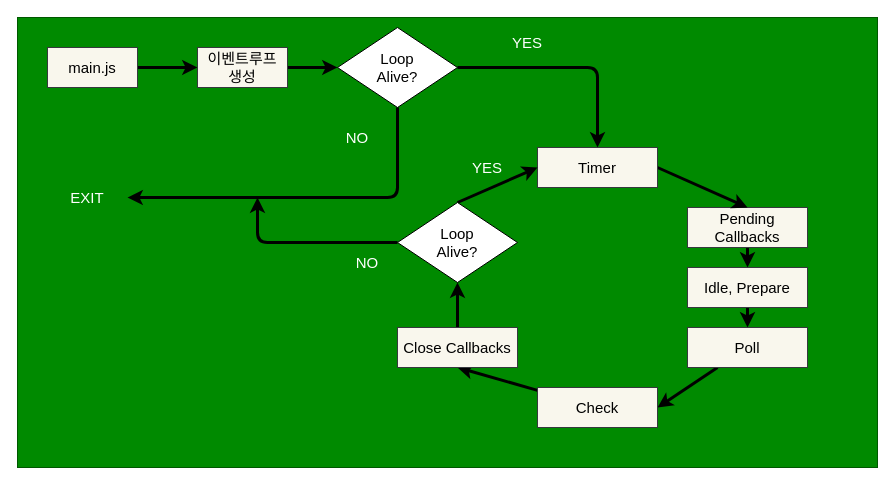
Before: docs/eventloop/eventloop.drawio in leewoooo/blog-code, a draw.io diagram. Source tidied: cells renumbered, new cells numbered last; positions are measured from the earlier drawing's top-left corner, leaving out a move shared by most shapes. Both pictures are drawn from the tidied source at 100%, with x=0, y=0 at pixel (17, 17).
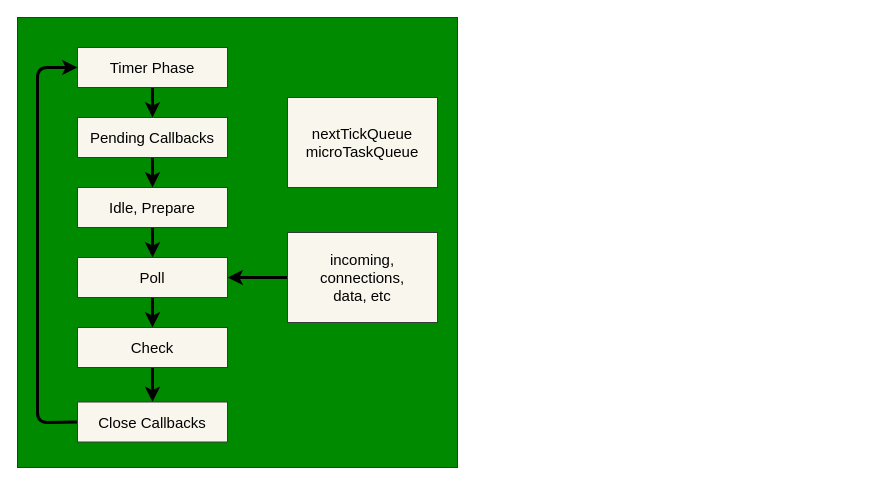
Above is the later version.

The edit, as a diff of the source:
```diff
@@
-    <mxCell id="2" style="rounded=0;whiteSpace=wrap;html=1;fillColor=#008a00;fontColor=#ffffff;strokeColor=#005700;" parent="1" vertex="1">
-      <mxGeometry width="860" height="450" as="geometry" />
-    </mxCell>
-    <mxCell id="3" style="edgeStyle=none;html=1;entryX=0;entryY=0.5;entryDx=0;entryDy=0;fontSize=15;fontColor=#000000;strokeWidth=3;" parent="1" edge="1" source="4" target="6">
-      <mxGeometry relative="1" as="geometry" />
-    </mxCell>
-    <mxCell id="4" value="&lt;font color=&quot;#000000&quot;&gt;&lt;span style=&quot;font-size: 15px&quot;&gt;main.js&lt;/span&gt;&lt;/font&gt;" style="rounded=0;whiteSpace=wrap;html=1;fillColor=#f9f7ed;strokeColor=#36393d;" parent="1" vertex="1">
-      <mxGeometry x="30" y="30" width="90" height="40" as="geometry" />
-    </mxCell>
-    <mxCell id="5" style="edgeStyle=none;html=1;entryX=0;entryY=0.5;entryDx=0;entryDy=0;fontSize=15;fontColor=#000000;strokeWidth=3;" parent="1" edge="1" source="6" target="8">
-      <mxGeometry relative="1" as="geometry" />
-    </mxCell>
-    <mxCell id="6" value="&lt;font color=&quot;#000000&quot;&gt;&lt;span style=&quot;font-size: 15px&quot;&gt;이벤트루프&lt;br&gt;생성&lt;br&gt;&lt;/span&gt;&lt;/font&gt;" style="rounded=0;whiteSpace=wrap;html=1;fillColor=#f9f7ed;strokeColor=#36393d;" parent="1" vertex="1">
-      <mxGeometry x="180" y="30" width="90" height="40" as="geometry" />
-    </mxCell>
-    <mxCell id="7" style="edgeStyle=none;html=1;entryX=0.5;entryY=0;entryDx=0;entryDy=0;fontSize=15;fontColor=#000000;strokeWidth=3;" parent="1" edge="1" source="8" target="18">
-      <mxGeometry relative="1" as="geometry">
-        <Array as="points">
-          <mxPoint x="580" y="50" />
-        </Array>
-      </mxGeometry>
-    </mxCell>
-    <mxCell id="8" value="Loop&lt;br&gt;Alive?" style="rhombus;whiteSpace=wrap;html=1;fontSize=15;fontColor=#000000;fillColor=#FFFFFF;" parent="1" vertex="1">
-      <mxGeometry x="320" y="10" width="120" height="80" as="geometry" />
-    </mxCell>
+    <mxCell id="30" style="rounded=0;whiteSpace=wrap;html=1;fillColor=#008a00;fontColor=#ffffff;strokeColor=#005700;" parent="1" vertex="1">
+      <mxGeometry width="440" height="450" as="geometry" />
+    </mxCell>
+    <mxCell id="31" style="edgeStyle=none;html=1;entryX=0.5;entryY=0;entryDx=0;entryDy=0;fontSize=15;fontColor=#000000;strokeWidth=3;" parent="1" edge="1" source="32" target="10">
+      <mxGeometry relative="1" as="geometry" />
+    </mxCell>
+    <mxCell id="32" value="&lt;font color=&quot;#000000&quot; style=&quot;font-size: 15px&quot;&gt;Timer Phase&lt;/font&gt;" style="rounded=0;whiteSpace=wrap;html=1;fillColor=#f9f7ed;strokeColor=#36393d;" parent="1" vertex="1">
+      <mxGeometry x="60" y="30" width="150" height="40" as="geometry" />
+    </mxCell>
@@
-    <mxCell id="10" value="&lt;font color=&quot;#000000&quot;&gt;&lt;span style=&quot;font-size: 15px&quot;&gt;Pending Callbacks&lt;br&gt;&lt;/span&gt;&lt;/font&gt;" style="rounded=0;whiteSpace=wrap;html=1;fillColor=#f9f7ed;strokeColor=#36393d;" parent="1" vertex="1">
-      <mxGeometry x="670" y="190" width="120" height="40" as="geometry" />
+    <mxCell id="10" value="&lt;font color=&quot;#000000&quot;&gt;&lt;span style=&quot;font-size: 15px&quot;&gt;Pending Callbacks&lt;/span&gt;&lt;/font&gt;" style="rounded=0;whiteSpace=wrap;html=1;fillColor=#f9f7ed;strokeColor=#36393d;" parent="1" vertex="1">
+      <mxGeometry x="60" y="100" width="150" height="40" as="geometry" />
     </mxCell>
@@
-    <mxCell id="12" value="&lt;font color=&quot;#000000&quot;&gt;&lt;span style=&quot;font-size: 15px&quot;&gt;Idle, Prepare&lt;br&gt;&lt;/span&gt;&lt;/font&gt;" style="rounded=0;whiteSpace=wrap;html=1;fillColor=#f9f7ed;strokeColor=#36393d;" parent="1" vertex="1">
-      <mxGeometry x="670" y="250" width="120" height="40" as="geometry" />
+    <mxCell id="12" value="&lt;font color=&quot;#000000&quot; style=&quot;font-size: 15px&quot;&gt;Idle, Prepare&lt;/font&gt;" style="rounded=0;whiteSpace=wrap;html=1;fillColor=#f9f7ed;strokeColor=#36393d;" parent="1" vertex="1">
+      <mxGeometry x="60" y="170" width="150" height="40" as="geometry" />
     </mxCell>
-    <mxCell id="13" style="edgeStyle=none;html=1;entryX=1;entryY=0.5;entryDx=0;entryDy=0;fontSize=15;fontColor=#000000;strokeWidth=3;" parent="1" edge="1" source="14" target="16">
+    <mxCell id="13" style="edgeStyle=none;html=1;fontSize=15;fontColor=#000000;strokeWidth=3;" parent="1" edge="1" source="14" target="16">
       <mxGeometry relative="1" as="geometry" />
     </mxCell>
-    <mxCell id="14" value="&lt;font color=&quot;#000000&quot;&gt;&lt;span style=&quot;font-size: 15px&quot;&gt;Poll&lt;br&gt;&lt;/span&gt;&lt;/font&gt;" style="rounded=0;whiteSpace=wrap;html=1;fillColor=#f9f7ed;strokeColor=#36393d;" parent="1" vertex="1">
-      <mxGeometry x="670" y="310" width="120" height="40" as="geometry" />
+    <mxCell id="14" value="&lt;font color=&quot;#000000&quot; style=&quot;font-size: 15px&quot;&gt;Poll&lt;/font&gt;" style="rounded=0;whiteSpace=wrap;html=1;fillColor=#f9f7ed;strokeColor=#36393d;" parent="1" vertex="1">
+      <mxGeometry x="60" y="240" width="150" height="40" as="geometry" />
     </mxCell>
-    <mxCell id="15" style="edgeStyle=none;html=1;entryX=0.5;entryY=1;entryDx=0;entryDy=0;fontSize=15;fontColor=#000000;strokeWidth=3;" parent="1" edge="1" source="16" target="20">
+    <mxCell id="15" style="edgeStyle=none;html=1;entryX=0.5;entryY=0;entryDx=0;entryDy=0;fontSize=15;fontColor=#000000;strokeWidth=3;" parent="1" edge="1" source="16" target="20">
       <mxGeometry relative="1" as="geometry" />
     </mxCell>
-    <mxCell id="16" value="&lt;font color=&quot;#000000&quot;&gt;&lt;span style=&quot;font-size: 15px&quot;&gt;Check&lt;br&gt;&lt;/span&gt;&lt;/font&gt;" style="rounded=0;whiteSpace=wrap;html=1;fillColor=#f9f7ed;strokeColor=#36393d;" parent="1" vertex="1">
-      <mxGeometry x="520" y="370" width="120" height="40" as="geometry" />
+    <mxCell id="16" value="&lt;font color=&quot;#000000&quot; style=&quot;font-size: 15px&quot;&gt;Check&lt;/font&gt;" style="rounded=0;whiteSpace=wrap;html=1;fillColor=#f9f7ed;strokeColor=#36393d;" parent="1" vertex="1">
+      <mxGeometry x="60" y="310" width="150" height="40" as="geometry" />
     </mxCell>
-    <mxCell id="17" style="edgeStyle=none;html=1;entryX=0.5;entryY=0;entryDx=0;entryDy=0;fontSize=15;fontColor=#000000;strokeWidth=3;exitX=1;exitY=0.5;exitDx=0;exitDy=0;" parent="1" edge="1" source="18" target="10">
-      <mxGeometry relative="1" as="geometry" />
-    </mxCell>
-    <mxCell id="18" value="&lt;font color=&quot;#000000&quot;&gt;&lt;span style=&quot;font-size: 15px&quot;&gt;Timer&lt;br&gt;&lt;/span&gt;&lt;/font&gt;" style="rounded=0;whiteSpace=wrap;html=1;fillColor=#f9f7ed;strokeColor=#36393d;" parent="1" vertex="1">
-      <mxGeometry x="520" y="130" width="120" height="40" as="geometry" />
-    </mxCell>
-    <mxCell id="19" style="edgeStyle=none;html=1;entryX=0.5;entryY=1;entryDx=0;entryDy=0;fontSize=15;fontColor=#000000;strokeWidth=3;" parent="1" edge="1" source="20" target="23">
-      <mxGeometry relative="1" as="geometry" />
-    </mxCell>
+    <mxCell id="33" style="edgeStyle=none;html=1;entryX=0;entryY=0.5;entryDx=0;entryDy=0;fontSize=15;fontColor=#000000;strokeWidth=3;exitX=0;exitY=0.5;exitDx=0;exitDy=0;" parent="1" edge="1" source="20" target="32">
+      <mxGeometry relative="1" as="geometry">
+        <Array as="points">
+          <mxPoint x="20" y="405" />
+          <mxPoint x="20" y="50" />
+        </Array>
+      </mxGeometry>
+    </mxCell>
-    <mxCell id="20" value="&lt;font color=&quot;#000000&quot;&gt;&lt;span style=&quot;font-size: 15px&quot;&gt;Close Callbacks&lt;br&gt;&lt;/span&gt;&lt;/font&gt;" style="rounded=0;whiteSpace=wrap;html=1;fillColor=#f9f7ed;strokeColor=#36393d;" parent="1" vertex="1">
-      <mxGeometry x="380" y="310" width="120" height="40" as="geometry" />
+    <mxCell id="20" value="&lt;font color=&quot;#000000&quot; style=&quot;font-size: 15px&quot;&gt;Close Callbacks&lt;/font&gt;" style="rounded=0;whiteSpace=wrap;html=1;fillColor=#f9f7ed;strokeColor=#36393d;" parent="1" vertex="1">
+      <mxGeometry x="60" y="384.5" width="150" height="40" as="geometry" />
     </mxCell>
-    <mxCell id="21" style="edgeStyle=none;html=1;entryX=0;entryY=0.5;entryDx=0;entryDy=0;fontSize=15;fontColor=#000000;strokeWidth=3;exitX=0.5;exitY=0;exitDx=0;exitDy=0;" parent="1" edge="1" source="23" target="18">
-      <mxGeometry relative="1" as="geometry" />
-    </mxCell>
-    <mxCell id="22" style="edgeStyle=none;html=1;fontSize=15;fontColor=#000000;strokeWidth=3;" parent="1" edge="1" source="23">
-      <mxGeometry relative="1" as="geometry">
-        <mxPoint x="240" y="180" as="targetPoint" />
-        <Array as="points">
-          <mxPoint x="240" y="225" />
-        </Array>
-      </mxGeometry>
-    </mxCell>
-    <mxCell id="23" value="Loop&lt;br&gt;Alive?" style="rhombus;whiteSpace=wrap;html=1;fontSize=15;fontColor=#000000;fillColor=#FFFFFF;" parent="1" vertex="1">
-      <mxGeometry x="380" y="185" width="120" height="80" as="geometry" />
-    </mxCell>
-    <mxCell id="24" style="endArrow=classic;html=1;fontSize=15;fontColor=#000000;strokeWidth=3;exitX=0.5;exitY=1;exitDx=0;exitDy=0;" parent="1" edge="1" source="8">
-      <mxGeometry relative="1" as="geometry">
-        <mxPoint x="110" y="180" as="targetPoint" />
-        <Array as="points">
-          <mxPoint x="380" y="180" />
-        </Array>
-      </mxGeometry>
-    </mxCell>
-    <mxCell id="25" value="YES" style="text;html=1;strokeColor=none;fillColor=none;align=center;verticalAlign=middle;whiteSpace=wrap;rounded=0;fontSize=15;fontColor=#FFFFFF;" parent="1" vertex="1">
-      <mxGeometry x="440" y="135" width="60" height="30" as="geometry" />
-    </mxCell>
-    <mxCell id="26" value="YES" style="text;html=1;strokeColor=none;fillColor=none;align=center;verticalAlign=middle;whiteSpace=wrap;rounded=0;fontSize=15;fontColor=#FFFFFF;" parent="1" vertex="1">
-      <mxGeometry x="480" y="10" width="60" height="30" as="geometry" />
-    </mxCell>
-    <mxCell id="27" value="NO" style="text;html=1;strokeColor=none;fillColor=none;align=center;verticalAlign=middle;whiteSpace=wrap;rounded=0;fontSize=15;fontColor=#FFFFFF;" parent="1" vertex="1">
-      <mxGeometry x="310" y="105" width="60" height="30" as="geometry" />
-    </mxCell>
-    <mxCell id="28" value="NO" style="text;html=1;strokeColor=none;fillColor=none;align=center;verticalAlign=middle;whiteSpace=wrap;rounded=0;fontSize=15;fontColor=#FFFFFF;" parent="1" vertex="1">
-      <mxGeometry x="320" y="230" width="60" height="30" as="geometry" />
-    </mxCell>
-    <mxCell id="29" value="EXIT" style="text;html=1;strokeColor=none;fillColor=none;align=center;verticalAlign=middle;whiteSpace=wrap;rounded=0;fontSize=15;fontColor=#FFFFFF;" parent="1" vertex="1">
-      <mxGeometry x="40" y="165" width="60" height="30" as="geometry" />
-    </mxCell>
+    <mxCell id="34" value="&lt;font color=&quot;#000000&quot;&gt;&lt;span style=&quot;font-size: 15px&quot;&gt;nextTickQueue&lt;br&gt;microTaskQueue&lt;br&gt;&lt;/span&gt;&lt;/font&gt;" style="rounded=0;whiteSpace=wrap;html=1;fillColor=#f9f7ed;strokeColor=#36393d;" parent="1" vertex="1">
+      <mxGeometry x="270" y="80" width="150" height="90" as="geometry" />
+    </mxCell>
+    <mxCell id="35" style="edgeStyle=none;html=1;entryX=1;entryY=0.5;entryDx=0;entryDy=0;fontSize=15;fontColor=#000000;strokeWidth=3;" parent="1" edge="1" source="36" target="14">
+      <mxGeometry relative="1" as="geometry" />
+    </mxCell>
+    <mxCell id="36" value="&lt;font color=&quot;#000000&quot;&gt;&lt;span style=&quot;font-size: 15px&quot;&gt;incoming,&lt;br&gt;connections,&lt;br&gt;data, etc&lt;br&gt;&lt;/span&gt;&lt;/font&gt;" style="rounded=0;whiteSpace=wrap;html=1;fillColor=#f9f7ed;strokeColor=#36393d;" parent="1" vertex="1">
+      <mxGeometry x="270" y="215" width="150" height="90" as="geometry" />
+    </mxCell>
```
